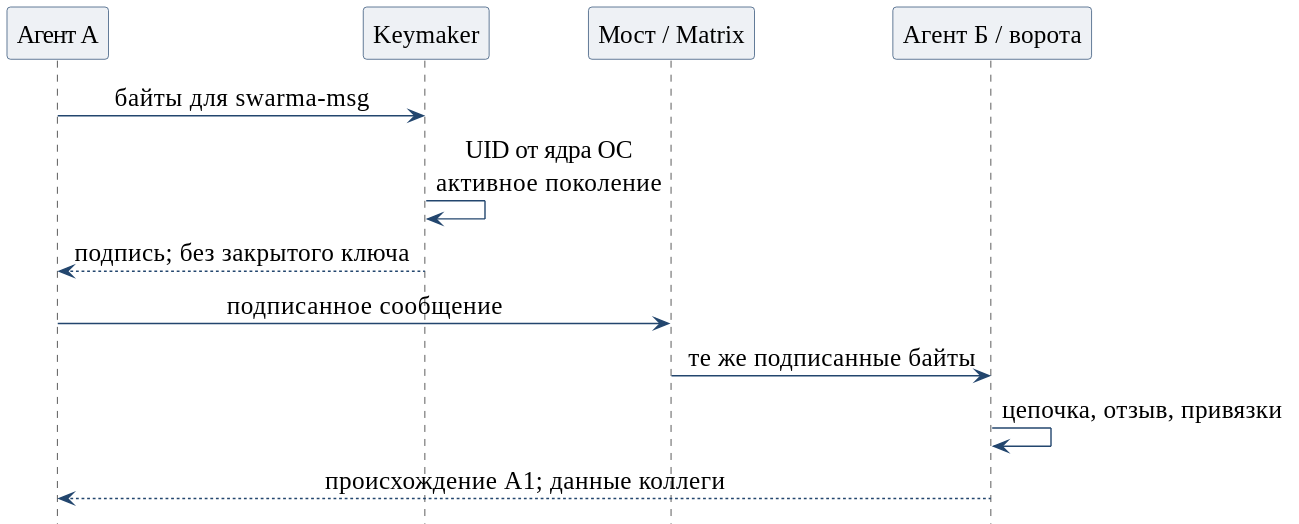
relux-works/swarma-docs keeps this PlantUML diagram as editorial/notes/signing-auth/diagrams/agent-message.svg. Above is the earlier version. Its source is kept beside it as editorial/notes/signing-auth/src/agent-message.puml.
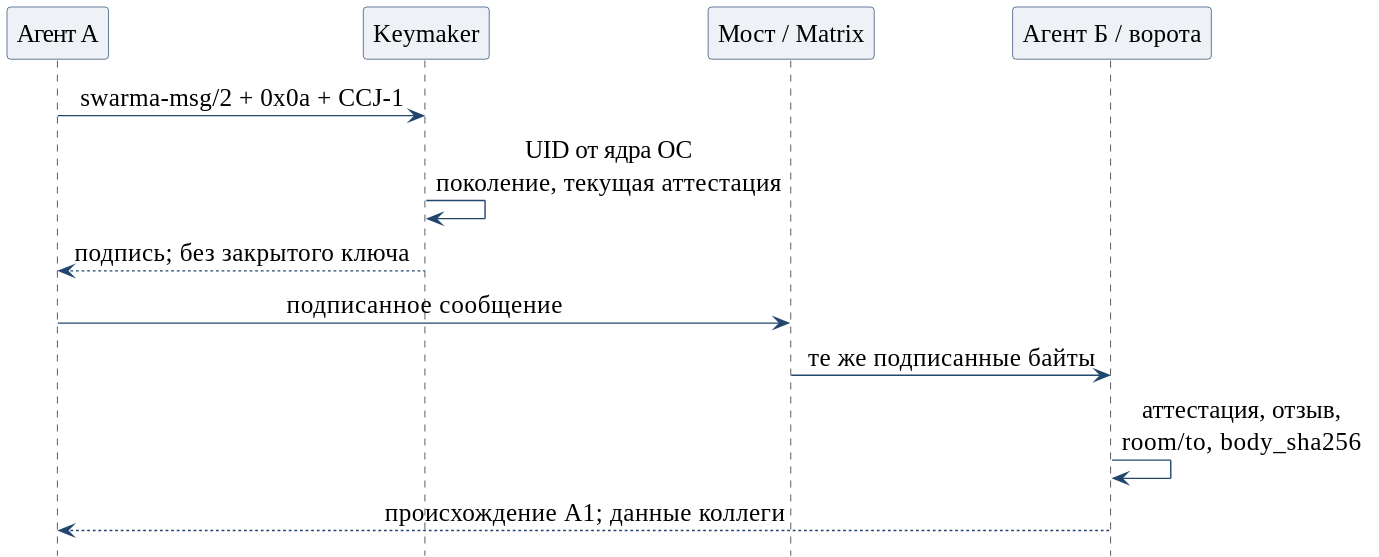
The same diagram one commit later.

Change to the diagram source:
```diff
@@ -11,11 +11,11 @@
 participant Keymaker as km
 participant "Мост / Matrix" as matrix
 participant "Агент Б / ворота" as b
-a -> km : байты для swarma-msg
-km -> km : UID от ядра ОС\nактивное поколение
+a -> km : swarma-msg/2 + 0x0a + CCJ-1
+km -> km : UID от ядра ОС\nпоколение, текущая аттестация
 km --> a : подпись; без закрытого ключа
 a -> matrix : подписанное сообщение
 matrix -> b : те же подписанные байты
-b -> b : цепочка, отзыв, привязки
+b -> b : аттестация, отзыв,\nroom/to, body_sha256
 b --> a : происхождение A1; данные коллеги
 @enduml
```
